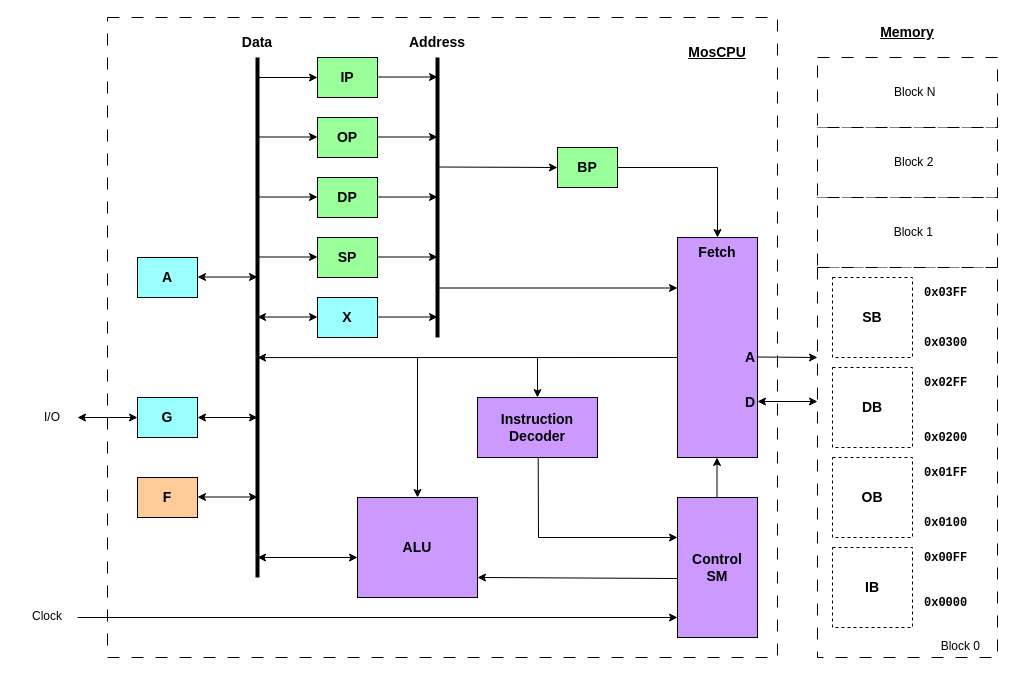
dervish77/adgf keeps this draw.io diagram as dev/mos_cpu/MosCPU-Architecture.drawio. Above is the earlier version. Source tidied: cells renumbered, new cells numbered last; positions are measured from the earlier drawing's top-left corner, leaving out a move shared by most shapes. Both pictures are drawn from the tidied source at 100%, with x=0, y=0 at pixel (17, 17).
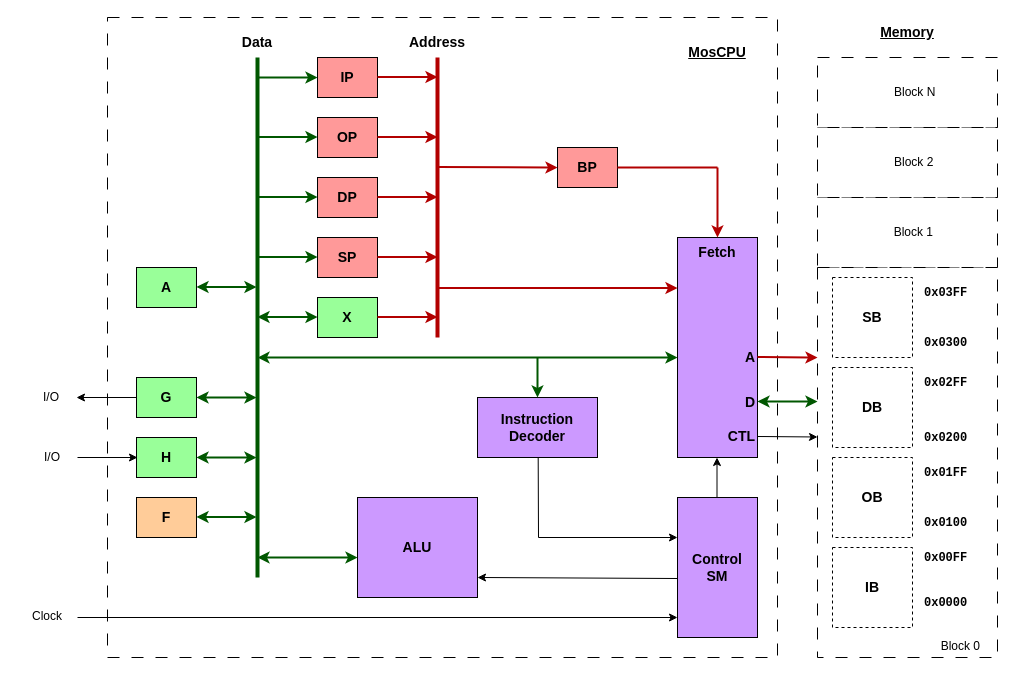
The same page after the edit.

Commit message:
fixed error in internal data bus direction to fetch block

The change refers to these unchanged cells:
```xml
<mxCell id="20" value="&lt;font style=&quot;font-size: 14px;&quot;&gt;&lt;b&gt;ALU&lt;/b&gt;&lt;/font&gt;" style="rounded=0;whiteSpace=wrap;html=1;fillColor=#CC99FF;" parent="1" vertex="1">
  <mxGeometry x="340" y="480" width="120" height="100" as="geometry" />
</mxCell>
<mxCell id="21" value="&lt;font style=&quot;font-size: 14px;&quot;&gt;&lt;b&gt;Instruction&lt;/b&gt;&lt;/font&gt;&lt;div&gt;&lt;font style=&quot;font-size: 14px;&quot;&gt;&lt;b&gt;Decoder&lt;/b&gt;&lt;/font&gt;&lt;/div&gt;" style="rounded=0;whiteSpace=wrap;html=1;fillColor=#CC99FF;" parent="1" vertex="1">
  <mxGeometry x="460" y="380" width="120" height="60" as="geometry" />
</mxCell>
<mxCell id="22" value="&lt;font style=&quot;font-size: 14px;&quot;&gt;&lt;b&gt;Fetch&lt;/b&gt;&lt;/font&gt;" style="rounded=0;whiteSpace=wrap;html=1;verticalAlign=top;fillColor=#CC99FF;" parent="1" vertex="1">
  <mxGeometry x="660" y="220" width="80" height="220" as="geometry" />
</mxCell>
```

Diff of the diagram source:
```diff
@@
-    <mxCell id="6" value="&lt;font style=&quot;font-size: 14px;&quot;&gt;&lt;b&gt;IP&lt;/b&gt;&lt;/font&gt;" style="rounded=0;whiteSpace=wrap;html=1;fillColor=#99FF99;" parent="1" vertex="1">
+    <mxCell id="6" value="&lt;font style=&quot;font-size: 14px;&quot;&gt;&lt;b&gt;IP&lt;/b&gt;&lt;/font&gt;" style="rounded=0;whiteSpace=wrap;html=1;fillColor=#FF9999;" parent="1" vertex="1">
       <mxGeometry x="300" y="40" width="60" height="40" as="geometry" />
     </mxCell>
@@
-    <mxCell id="15" value="&lt;font style=&quot;font-size: 14px;&quot;&gt;&lt;b&gt;OP&lt;/b&gt;&lt;/font&gt;" style="rounded=0;whiteSpace=wrap;html=1;fillColor=#99FF99;" parent="1" vertex="1">
+    <mxCell id="15" value="&lt;font style=&quot;font-size: 14px;&quot;&gt;&lt;b&gt;OP&lt;/b&gt;&lt;/font&gt;" style="rounded=0;whiteSpace=wrap;html=1;fillColor=#FF9999;" parent="1" vertex="1">
       <mxGeometry x="300" y="100" width="60" height="40" as="geometry" />
     </mxCell>
-    <mxCell id="16" value="&lt;font style=&quot;font-size: 14px;&quot;&gt;&lt;b&gt;X&lt;/b&gt;&lt;/font&gt;" style="rounded=0;whiteSpace=wrap;html=1;fillColor=#99FFFF;" parent="1" vertex="1">
+    <mxCell id="16" value="&lt;font style=&quot;font-size: 14px;&quot;&gt;&lt;b&gt;X&lt;/b&gt;&lt;/font&gt;" style="rounded=0;whiteSpace=wrap;html=1;fillColor=#99FF99;" parent="1" vertex="1">
       <mxGeometry x="300" y="280" width="60" height="40" as="geometry" />
     </mxCell>
-    <mxCell id="17" value="&lt;font style=&quot;font-size: 14px;&quot;&gt;&lt;b&gt;A&lt;/b&gt;&lt;/font&gt;" style="rounded=0;whiteSpace=wrap;html=1;fillColor=#99FFFF;" parent="1" vertex="1">
-      <mxGeometry x="120" y="240" width="60" height="40" as="geometry" />
+    <mxCell id="17" value="&lt;font style=&quot;font-size: 14px;&quot;&gt;&lt;b&gt;A&lt;/b&gt;&lt;/font&gt;" style="rounded=0;whiteSpace=wrap;html=1;fillColor=#99FF99;" parent="1" vertex="1">
+      <mxGeometry x="119" y="250" width="60" height="40" as="geometry" />
     </mxCell>
-    <mxCell id="18" value="&lt;font style=&quot;font-size: 14px;&quot;&gt;&lt;b&gt;G&lt;/b&gt;&lt;/font&gt;" style="rounded=0;whiteSpace=wrap;html=1;fillColor=#99FFFF;" parent="1" vertex="1">
-      <mxGeometry x="120" y="380" width="60" height="40" as="geometry" />
+    <mxCell id="18" value="&lt;font style=&quot;font-size: 14px;&quot;&gt;&lt;b&gt;G&lt;/b&gt;&lt;/font&gt;" style="rounded=0;whiteSpace=wrap;html=1;fillColor=#99FF99;" parent="1" vertex="1">
+      <mxGeometry x="119" y="360" width="60" height="40" as="geometry" />
     </mxCell>
     <mxCell id="19" value="&lt;font style=&quot;font-size: 14px;&quot;&gt;&lt;b&gt;F&lt;/b&gt;&lt;/font&gt;" style="rounded=0;whiteSpace=wrap;html=1;fillColor=#FFCC99;" parent="1" vertex="1">
-      <mxGeometry x="120" y="460" width="60" height="40" as="geometry" />
+      <mxGeometry x="119" y="480" width="60" height="40" as="geometry" />
     </mxCell>
@@
-    <mxCell id="24" style="endArrow=none;html=1;rounded=0;strokeWidth=4;" parent="1" edge="1">
+    <mxCell id="24" style="endArrow=none;html=1;rounded=0;strokeWidth=4;fillColor=#008a00;strokeColor=#005700;" parent="1" edge="1">
       <mxGeometry relative="1" as="geometry">
         <mxPoint x="240" y="560" as="sourcePoint" />
         <mxPoint x="240" y="40" as="targetPoint" />
       </mxGeometry>
     </mxCell>
-    <mxCell id="25" style="endArrow=none;html=1;rounded=0;strokeWidth=4;" parent="1" edge="1">
+    <mxCell id="25" style="endArrow=none;html=1;rounded=0;strokeWidth=4;fillColor=#e51400;strokeColor=#B20000;" parent="1" edge="1">
       <mxGeometry relative="1" as="geometry">
         <mxPoint x="420" y="320" as="sourcePoint" />
         <mxPoint x="420" y="40" as="targetPoint" />
       </mxGeometry>
     </mxCell>
@@
-    <mxCell id="28" style="endArrow=classic;html=1;rounded=0;entryX=0;entryY=0.5;entryDx=0;entryDy=0;" parent="1" edge="1" target="6">
+    <mxCell id="28" style="endArrow=classic;html=1;rounded=0;entryX=0;entryY=0.5;entryDx=0;entryDy=0;fillColor=#008a00;strokeColor=#005700;strokeWidth=2;" parent="1" edge="1" target="6">
       <mxGeometry relative="1" as="geometry">
         <mxPoint x="240" y="60" as="sourcePoint" />
       </mxGeometry>
     </mxCell>
-    <mxCell id="29" style="endArrow=classic;html=1;rounded=0;entryX=0;entryY=0.5;entryDx=0;entryDy=0;" parent="1" edge="1">
+    <mxCell id="29" style="endArrow=classic;html=1;rounded=0;entryX=0;entryY=0.5;entryDx=0;entryDy=0;fillColor=#008a00;strokeColor=#005700;strokeWidth=2;" parent="1" edge="1">
       <mxGeometry relative="1" as="geometry">
         <mxPoint x="240" y="119.5" as="sourcePoint" />
         <mxPoint x="300" y="119.5" as="targetPoint" />
       </mxGeometry>
     </mxCell>
-    <mxCell id="30" style="endArrow=classic;html=1;rounded=0;entryX=0;entryY=0.5;entryDx=0;entryDy=0;" parent="1" edge="1">
+    <mxCell id="30" style="endArrow=classic;html=1;rounded=0;entryX=0;entryY=0.5;entryDx=0;entryDy=0;strokeWidth=2;fillColor=#e51400;strokeColor=#B20000;" parent="1" edge="1">
       <mxGeometry relative="1" as="geometry">
         <mxPoint x="360" y="59.5" as="sourcePoint" />
         <mxPoint x="420" y="59.5" as="targetPoint" />
       </mxGeometry>
     </mxCell>
-    <mxCell id="31" style="endArrow=classic;html=1;rounded=0;entryX=0;entryY=0.5;entryDx=0;entryDy=0;" parent="1" edge="1">
+    <mxCell id="31" style="endArrow=classic;html=1;rounded=0;entryX=0;entryY=0.5;entryDx=0;entryDy=0;fillColor=#e51400;strokeColor=#B20000;strokeWidth=2;" parent="1" edge="1">
       <mxGeometry relative="1" as="geometry">
         <mxPoint x="360" y="119.5" as="sourcePoint" />
         <mxPoint x="420" y="119.5" as="targetPoint" />
       </mxGeometry>
     </mxCell>
-    <mxCell id="32" style="endArrow=classic;html=1;rounded=0;entryX=0;entryY=0.5;entryDx=0;entryDy=0;" parent="1" edge="1">
+    <mxCell id="32" style="endArrow=classic;html=1;rounded=0;entryX=0;entryY=0.5;entryDx=0;entryDy=0;fillColor=#e51400;strokeColor=#B20000;strokeWidth=2;" parent="1" edge="1">
       <mxGeometry relative="1" as="geometry">
         <mxPoint x="360" y="299.5" as="sourcePoint" />
         <mxPoint x="420" y="299.5" as="targetPoint" />
       </mxGeometry>
     </mxCell>
-    <mxCell id="33" style="endArrow=classic;html=1;rounded=0;" parent="1" edge="1">
+    <mxCell id="33" style="endArrow=classic;html=1;rounded=0;fillColor=#e51400;strokeColor=#B20000;strokeWidth=2;" parent="1" edge="1">
       <mxGeometry relative="1" as="geometry">
         <mxPoint x="420" y="270.5" as="sourcePoint" />
         <mxPoint x="660" y="270.5" as="targetPoint" />
       </mxGeometry>
     </mxCell>
@@
-    <mxCell id="36" style="endArrow=classic;html=1;rounded=0;" parent="1" edge="1">
+    <mxCell id="36" style="endArrow=classic;html=1;rounded=0;fillColor=#e51400;strokeColor=#B20000;strokeWidth=2;" parent="1" edge="1">
       <mxGeometry relative="1" as="geometry">
         <mxPoint x="740" y="339.5" as="sourcePoint" />
         <mxPoint x="800" y="340" as="targetPoint" />
       </mxGeometry>
     </mxCell>
-    <mxCell id="37" style="endArrow=classic;startArrow=classic;html=1;rounded=0;" parent="1" edge="1">
+    <mxCell id="37" style="endArrow=classic;startArrow=classic;html=1;rounded=0;fillColor=#008a00;strokeColor=#005700;strokeWidth=2;" parent="1" edge="1">
       <mxGeometry relative="1" as="geometry">
         <mxPoint x="740" y="384" as="sourcePoint" />
         <mxPoint x="800" y="384" as="targetPoint" />
       </mxGeometry>
     </mxCell>
-    <mxCell id="38" style="endArrow=classic;startArrow=classic;html=1;rounded=0;" parent="1" edge="1">
+    <mxCell id="38" style="endArrow=classic;startArrow=classic;html=1;rounded=0;fillColor=#008a00;strokeColor=#005700;strokeWidth=2;" parent="1" edge="1">
       <mxGeometry relative="1" as="geometry">
-        <mxPoint x="180" y="259.5" as="sourcePoint" />
-        <mxPoint x="240" y="259.5" as="targetPoint" />
+        <mxPoint x="179" y="269.5" as="sourcePoint" />
+        <mxPoint x="239" y="269.5" as="targetPoint" />
       </mxGeometry>
     </mxCell>
-    <mxCell id="39" style="endArrow=classic;startArrow=classic;html=1;rounded=0;" parent="1" edge="1">
+    <mxCell id="39" style="endArrow=classic;startArrow=classic;html=1;rounded=0;fillColor=#008a00;strokeColor=#005700;strokeWidth=2;" parent="1" edge="1">
       <mxGeometry relative="1" as="geometry">
         <mxPoint x="240" y="299.5" as="sourcePoint" />
         <mxPoint x="300" y="299.5" as="targetPoint" />
       </mxGeometry>
     </mxCell>
@@
-    <mxCell id="42" style="endArrow=classic;startArrow=classic;html=1;rounded=0;" parent="1" edge="1">
+    <mxCell id="42" style="endArrow=classic;startArrow=classic;html=1;rounded=0;fillColor=#008a00;strokeColor=#005700;strokeWidth=2;" parent="1" edge="1">
       <mxGeometry relative="1" as="geometry">
         <mxPoint x="240" y="540" as="sourcePoint" />
         <mxPoint x="340" y="540" as="targetPoint" />
       </mxGeometry>
     </mxCell>
-    <mxCell id="43" style="endArrow=classic;html=1;rounded=0;entryX=0;entryY=0.5;entryDx=0;entryDy=0;startArrow=classic;startFill=1;" parent="1" edge="1" target="18">
+    <mxCell id="43" style="endArrow=none;html=1;rounded=0;entryX=0;entryY=0.5;entryDx=0;entryDy=0;startArrow=classic;startFill=1;endFill=0;" parent="1" edge="1" target="18">
       <mxGeometry relative="1" as="geometry">
-        <mxPoint x="60" y="400" as="sourcePoint" />
+        <mxPoint x="59" y="380" as="sourcePoint" />
       </mxGeometry>
     </mxCell>
@@
     <mxCell id="45" value="I/O" style="text;html=1;align=center;verticalAlign=middle;whiteSpace=wrap;rounded=0;" parent="1" vertex="1">
-      <mxGeometry x="5" y="385" width="60" height="30" as="geometry" />
+      <mxGeometry x="4" y="365" width="60" height="30" as="geometry" />
     </mxCell>
@@
-    <mxCell id="51" value="&lt;font style=&quot;font-size: 14px;&quot;&gt;&lt;b&gt;SP&lt;/b&gt;&lt;/font&gt;" style="rounded=0;whiteSpace=wrap;html=1;fillColor=#99FF99;" parent="1" vertex="1">
+    <mxCell id="51" value="&lt;font style=&quot;font-size: 14px;&quot;&gt;&lt;b&gt;SP&lt;/b&gt;&lt;/font&gt;" style="rounded=0;whiteSpace=wrap;html=1;fillColor=#FF9999;" parent="1" vertex="1">
       <mxGeometry x="300" y="220" width="60" height="40" as="geometry" />
     </mxCell>
-    <mxCell id="52" style="endArrow=classic;html=1;rounded=0;entryX=0;entryY=0.5;entryDx=0;entryDy=0;" parent="1" edge="1">
+    <mxCell id="52" style="endArrow=classic;html=1;rounded=0;entryX=0;entryY=0.5;entryDx=0;entryDy=0;fillColor=#008a00;strokeColor=#005700;strokeWidth=2;" parent="1" edge="1">
       <mxGeometry relative="1" as="geometry">
         <mxPoint x="240" y="239.5" as="sourcePoint" />
         <mxPoint x="300" y="239.5" as="targetPoint" />
       </mxGeometry>
     </mxCell>
-    <mxCell id="53" style="endArrow=classic;html=1;rounded=0;entryX=0;entryY=0.5;entryDx=0;entryDy=0;" parent="1" edge="1">
+    <mxCell id="53" style="endArrow=classic;html=1;rounded=0;entryX=0;entryY=0.5;entryDx=0;entryDy=0;fillColor=#e51400;strokeColor=#B20000;strokeWidth=2;" parent="1" edge="1">
       <mxGeometry relative="1" as="geometry">
         <mxPoint x="360" y="239.5" as="sourcePoint" />
         <mxPoint x="420" y="239.5" as="targetPoint" />
       </mxGeometry>
     </mxCell>
-    <mxCell id="54" value="&lt;font style=&quot;font-size: 14px;&quot;&gt;&lt;b&gt;BP&lt;/b&gt;&lt;/font&gt;" style="rounded=0;whiteSpace=wrap;html=1;fillColor=#99FF99;" parent="1" vertex="1">
+    <mxCell id="54" value="&lt;font style=&quot;font-size: 14px;&quot;&gt;&lt;b&gt;BP&lt;/b&gt;&lt;/font&gt;" style="rounded=0;whiteSpace=wrap;html=1;fillColor=#FF9999;" parent="1" vertex="1">
       <mxGeometry x="540" y="130" width="60" height="40" as="geometry" />
     </mxCell>
-    <mxCell id="55" style="endArrow=classic;html=1;rounded=0;entryX=0;entryY=0.5;entryDx=0;entryDy=0;" parent="1" edge="1" target="54">
+    <mxCell id="55" style="endArrow=classic;html=1;rounded=0;entryX=0;entryY=0.5;entryDx=0;entryDy=0;fillColor=#e51400;strokeColor=#B20000;strokeWidth=2;" parent="1" edge="1" target="54">
       <mxGeometry relative="1" as="geometry">
         <mxPoint x="420" y="149.5" as="sourcePoint" />
       </mxGeometry>
     </mxCell>
-    <mxCell id="56" style="endArrow=none;html=1;rounded=0;" parent="1" edge="1">
+    <mxCell id="56" style="endArrow=none;html=1;rounded=0;fillColor=#e51400;strokeColor=#B20000;strokeWidth=2;" parent="1" edge="1">
       <mxGeometry relative="1" as="geometry">
         <mxPoint x="600" y="150" as="sourcePoint" />
         <mxPoint x="700" y="150" as="targetPoint" />
       </mxGeometry>
     </mxCell>
-    <mxCell id="57" style="endArrow=classic;html=1;rounded=0;entryX=0.5;entryY=0;entryDx=0;entryDy=0;" parent="1" edge="1" target="22">
+    <mxCell id="57" style="endArrow=classic;html=1;rounded=0;entryX=0.5;entryY=0;entryDx=0;entryDy=0;fillColor=#e51400;strokeColor=#B20000;strokeWidth=2;" parent="1" edge="1" target="22">
       <mxGeometry relative="1" as="geometry">
         <mxPoint x="700" y="150" as="sourcePoint" />
       </mxGeometry>
     </mxCell>
-    <mxCell id="58" style="endArrow=classic;startArrow=classic;html=1;rounded=0;" parent="1" edge="1">
+    <mxCell id="58" style="endArrow=classic;startArrow=classic;html=1;rounded=0;fillColor=#008a00;strokeColor=#005700;strokeWidth=2;" parent="1" edge="1">
       <mxGeometry relative="1" as="geometry">
-        <mxPoint x="180" y="400" as="sourcePoint" />
-        <mxPoint x="240" y="400" as="targetPoint" />
+        <mxPoint x="179" y="380" as="sourcePoint" />
+        <mxPoint x="239" y="380" as="targetPoint" />
       </mxGeometry>
     </mxCell>
-    <mxCell id="59" style="endArrow=classic;startArrow=classic;html=1;rounded=0;" parent="1" edge="1">
+    <mxCell id="59" style="endArrow=classic;startArrow=classic;html=1;rounded=0;fillColor=#008a00;strokeColor=#005700;strokeWidth=2;" parent="1" edge="1">
       <mxGeometry relative="1" as="geometry">
-        <mxPoint x="180" y="479.5" as="sourcePoint" />
-        <mxPoint x="240" y="479.5" as="targetPoint" />
+        <mxPoint x="179" y="499.5" as="sourcePoint" />
+        <mxPoint x="239" y="499.5" as="targetPoint" />
       </mxGeometry>
     </mxCell>
@@
-    <mxCell id="64" value="&lt;font style=&quot;font-size: 14px;&quot;&gt;&lt;b&gt;DP&lt;/b&gt;&lt;/font&gt;" style="rounded=0;whiteSpace=wrap;html=1;fillColor=#99FF99;" parent="1" vertex="1">
+    <mxCell id="64" value="&lt;font style=&quot;font-size: 14px;&quot;&gt;&lt;b&gt;DP&lt;/b&gt;&lt;/font&gt;" style="rounded=0;whiteSpace=wrap;html=1;fillColor=#FF9999;" parent="1" vertex="1">
       <mxGeometry x="300" y="160" width="60" height="40" as="geometry" />
     </mxCell>
-    <mxCell id="65" style="endArrow=classic;html=1;rounded=0;entryX=0;entryY=0.5;entryDx=0;entryDy=0;" parent="1" edge="1">
+    <mxCell id="65" style="endArrow=classic;html=1;rounded=0;entryX=0;entryY=0.5;entryDx=0;entryDy=0;fillColor=#008a00;strokeColor=#005700;strokeWidth=2;" parent="1" edge="1">
       <mxGeometry relative="1" as="geometry">
         <mxPoint x="240" y="179.5" as="sourcePoint" />
         <mxPoint x="300" y="179.5" as="targetPoint" />
       </mxGeometry>
     </mxCell>
-    <mxCell id="66" style="endArrow=classic;html=1;rounded=0;entryX=0;entryY=0.5;entryDx=0;entryDy=0;" parent="1" edge="1">
+    <mxCell id="66" style="endArrow=classic;html=1;rounded=0;entryX=0;entryY=0.5;entryDx=0;entryDy=0;fillColor=#e51400;strokeColor=#B20000;strokeWidth=2;" parent="1" edge="1">
       <mxGeometry relative="1" as="geometry">
         <mxPoint x="360" y="179.5" as="sourcePoint" />
         <mxPoint x="420" y="179.5" as="targetPoint" />
       </mxGeometry>
     </mxCell>
-    <mxCell id="67" style="endArrow=classic;html=1;rounded=0;exitX=0;exitY=0.545;exitDx=0;exitDy=0;exitPerimeter=0;" parent="1" edge="1">
+    <mxCell id="67" style="endArrow=classic;html=1;rounded=0;exitX=0;exitY=0.545;exitDx=0;exitDy=0;exitPerimeter=0;startArrow=classic;startFill=1;fillColor=#008a00;strokeColor=#005700;strokeWidth=2;" parent="1" edge="1">
       <mxGeometry relative="1" as="geometry">
         <mxPoint x="660" y="340" as="sourcePoint" />
         <mxPoint x="240" y="340.1" as="targetPoint" />
       </mxGeometry>
     </mxCell>
@@
-    <mxCell id="73" style="endArrow=classic;html=1;rounded=0;entryX=0.5;entryY=0;entryDx=0;entryDy=0;" parent="1" edge="1" target="21">
+    <mxCell id="73" style="endArrow=classic;html=1;rounded=0;entryX=0.5;entryY=0;entryDx=0;entryDy=0;strokeWidth=2;fillColor=#008a00;strokeColor=#005700;" parent="1" edge="1" target="21">
       <mxGeometry relative="1" as="geometry">
         <mxPoint x="520" y="340" as="sourcePoint" />
       </mxGeometry>
     </mxCell>
-    <mxCell id="74" style="endArrow=classic;html=1;rounded=0;entryX=0.5;entryY=0;entryDx=0;entryDy=0;" parent="1" edge="1" target="20">
-      <mxGeometry relative="1" as="geometry">
-        <mxPoint x="400" y="340" as="sourcePoint" />
-      </mxGeometry>
-    </mxCell>
+    <mxCell id="75" style="endArrow=classic;html=1;rounded=0;" parent="1" edge="1">
+      <mxGeometry relative="1" as="geometry">
+        <mxPoint x="740" y="419" as="sourcePoint" />
+        <mxPoint x="800" y="419.5" as="targetPoint" />
+      </mxGeometry>
+    </mxCell>
+    <mxCell id="76" value="&lt;font style=&quot;font-size: 14px;&quot;&gt;&lt;b&gt;CTL&lt;/b&gt;&lt;/font&gt;" style="text;html=1;align=right;verticalAlign=middle;whiteSpace=wrap;rounded=0;" parent="1" vertex="1">
+      <mxGeometry x="680" y="404" width="60" height="30" as="geometry" />
+    </mxCell>
+    <mxCell id="77" value="&lt;font style=&quot;font-size: 14px;&quot;&gt;&lt;b&gt;H&lt;/b&gt;&lt;/font&gt;" style="rounded=0;whiteSpace=wrap;html=1;fillColor=#99FF99;" parent="1" vertex="1">
+      <mxGeometry x="119" y="420" width="60" height="40" as="geometry" />
+    </mxCell>
+    <mxCell id="78" style="endArrow=classic;startArrow=classic;html=1;rounded=0;fillColor=#008a00;strokeColor=#005700;strokeWidth=2;" parent="1" edge="1">
+      <mxGeometry relative="1" as="geometry">
+        <mxPoint x="179" y="440" as="sourcePoint" />
+        <mxPoint x="239" y="440" as="targetPoint" />
+      </mxGeometry>
+    </mxCell>
+    <mxCell id="79" style="endArrow=classic;html=1;rounded=0;entryX=0;entryY=0.5;entryDx=0;entryDy=0;startArrow=none;startFill=0;endFill=1;" parent="1" edge="1">
+      <mxGeometry relative="1" as="geometry">
+        <mxPoint x="60" y="440" as="sourcePoint" />
+        <mxPoint x="120" y="440" as="targetPoint" />
+      </mxGeometry>
+    </mxCell>
+    <mxCell id="80" value="I/O" style="text;html=1;align=center;verticalAlign=middle;whiteSpace=wrap;rounded=0;" parent="1" vertex="1">
+      <mxGeometry x="5" y="425" width="60" height="30" as="geometry" />
+    </mxCell>
```
